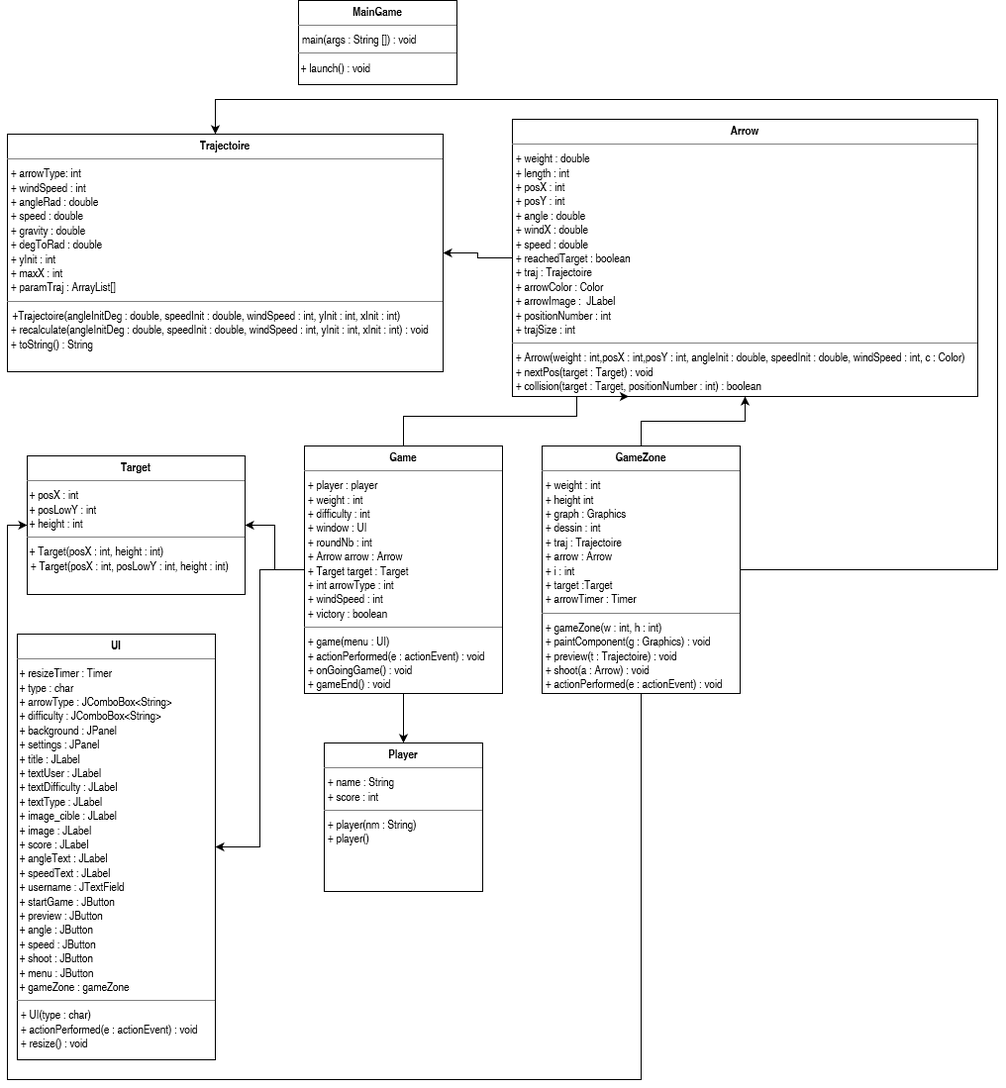
Above: UMLDiagram.png in vbard1/mini-projet-2 (draw.io), before the change. Source tidied: cells renumbered, new cells last; positions are measured from the earlier drawing's top-left corner, leaving out a move shared by most shapes.
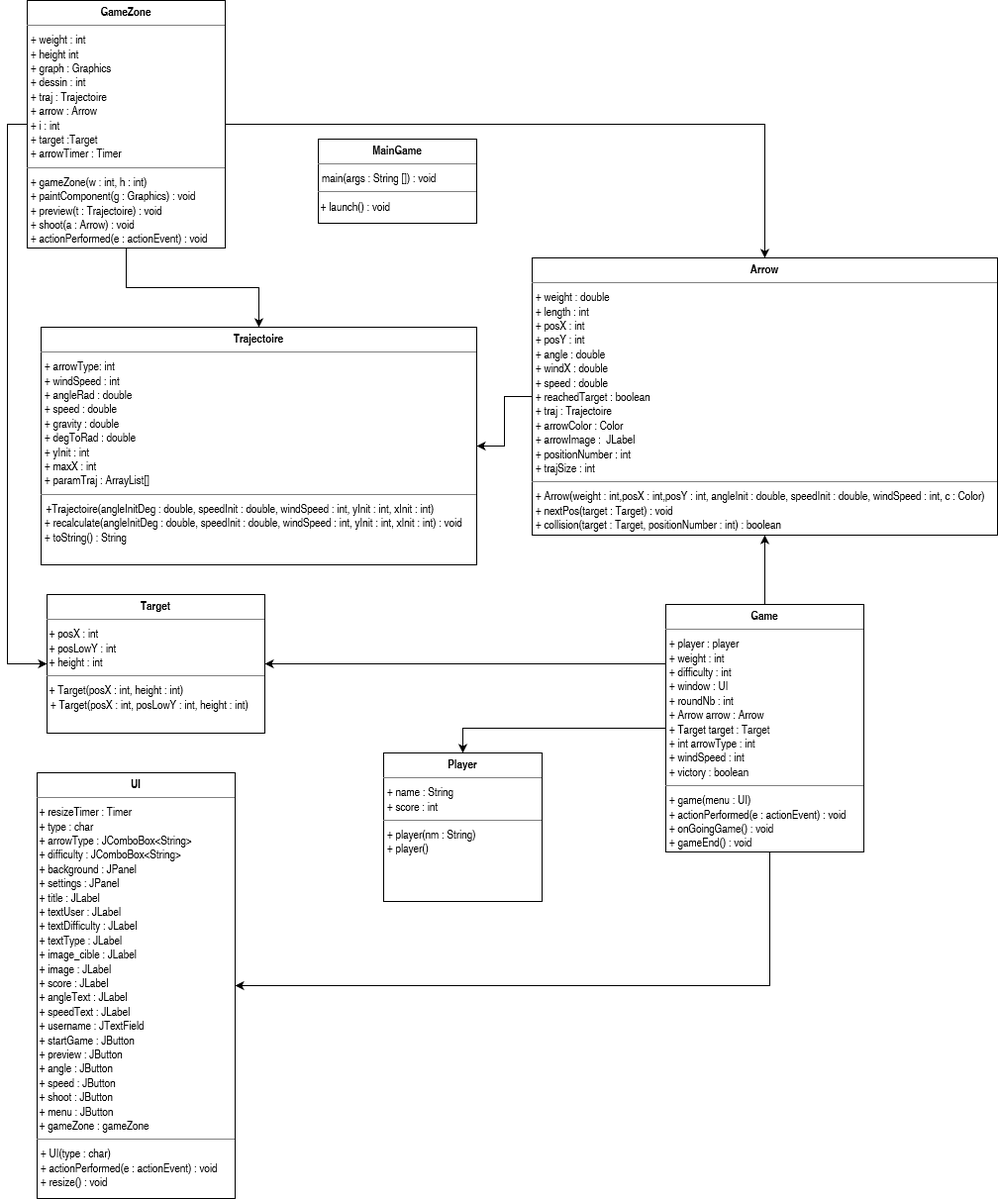
Above is the later version.

The edit, as a diff of the source:
```diff
@@ -17,7 +17,7 @@
       <mxGeometry x="10" y="640" width="200" height="430" as="geometry" />
     </mxCell>
     <mxCell id="6" value="&lt;p style=&quot;margin: 0px ; margin-top: 4px ; text-align: center&quot;&gt;&lt;b&gt;Player&lt;/b&gt;&lt;br&gt;&lt;/p&gt;&lt;hr size=&quot;1&quot;&gt;&lt;p style=&quot;margin: 0px ; margin-left: 4px&quot;&gt;+ name : String&lt;/p&gt;&lt;p style=&quot;margin: 0px ; margin-left: 4px&quot;&gt;+ score : int&lt;/p&gt;&lt;hr size=&quot;1&quot;&gt;&lt;p style=&quot;margin: 0px ; margin-left: 4px&quot;&gt;+ player(nm : String)&lt;/p&gt;&lt;p style=&quot;margin: 0px ; margin-left: 4px&quot;&gt;+ player()&lt;br&gt;&lt;/p&gt;" style="verticalAlign=top;align=left;overflow=fill;fontSize=12;fontFamily=Helvetica;html=1;" parent="1" vertex="1">
-      <mxGeometry x="320" y="750" width="160" height="150" as="geometry" />
+      <mxGeometry x="360" y="620" width="160" height="150" as="geometry" />
     </mxCell>
     <mxCell id="7" style="edgeStyle=orthogonalEdgeStyle;rounded=0;orthogonalLoop=1;jettySize=auto;html=1;exitX=0.5;exitY=1;exitDx=0;exitDy=0;" parent="1" edge="1">
       <mxGeometry relative="1" as="geometry">
@@ -28,7 +28,7 @@
       <mxGeometry x="20" y="460" width="220" height="140" as="geometry" />
     </mxCell>
     <mxCell id="9" value="&lt;p style=&quot;margin: 0px ; margin-top: 4px ; text-align: center&quot;&gt;&lt;b&gt;Trajectoire&lt;/b&gt;&lt;br&gt;&lt;/p&gt;&lt;hr size=&quot;1&quot;&gt;&lt;p style=&quot;margin: 0px ; margin-left: 4px&quot;&gt;+ arrowType: int&lt;br&gt;&lt;/p&gt;&lt;p style=&quot;margin: 0px ; margin-left: 4px&quot;&gt;+ windSpeed : int&lt;/p&gt;&lt;p style=&quot;margin: 0px ; margin-left: 4px&quot;&gt;+ angleRad : double&lt;/p&gt;&lt;p style=&quot;margin: 0px ; margin-left: 4px&quot;&gt;+ speed : double&lt;/p&gt;&lt;p style=&quot;margin: 0px ; margin-left: 4px&quot;&gt;+ gravity : double&lt;/p&gt;&lt;p style=&quot;margin: 0px ; margin-left: 4px&quot;&gt;+ degToRad : double&lt;br&gt;&lt;/p&gt;&lt;p style=&quot;margin: 0px ; margin-left: 4px&quot;&gt;+ yInit : int&lt;/p&gt;&lt;p style=&quot;margin: 0px ; margin-left: 4px&quot;&gt;+ maxX : int&lt;/p&gt;&lt;p style=&quot;margin: 0px ; margin-left: 4px&quot;&gt;+ paramTraj : ArrayList[] &lt;/p&gt;&lt;hr size=&quot;1&quot;&gt;&amp;nbsp; +Trajectoire(angleInitDeg : double, speedInit : double, windSpeed : int, yInit : int, xInit : int)&lt;br&gt;&lt;p style=&quot;margin: 0px ; margin-left: 4px&quot;&gt;+ recalculate(angleInitDeg : double, speedInit : double, windSpeed : int, yInit : int, xInit : int) : void&lt;br&gt;&lt;/p&gt;&lt;p style=&quot;margin: 0px ; margin-left: 4px&quot;&gt;+ toString() : String&lt;br&gt;&lt;/p&gt;" style="verticalAlign=top;align=left;overflow=fill;fontSize=12;fontFamily=Helvetica;html=1;" parent="1" vertex="1">
-      <mxGeometry y="135" width="440" height="240" as="geometry" />
+      <mxGeometry x="14" y="190" width="440" height="240" as="geometry" />
     </mxCell>
     <mxCell id="10" value="&lt;p style=&quot;margin: 0px ; margin-top: 4px ; text-align: center&quot;&gt;&lt;b&gt;MainGame&lt;/b&gt;&lt;/p&gt;&lt;hr size=&quot;1&quot;&gt;&lt;p style=&quot;margin: 0px ; margin-left: 4px&quot;&gt;main(args : String []) : void &lt;br&gt;&lt;/p&gt;&lt;hr size=&quot;1&quot;&gt;&amp;nbsp;+ launch() : void" style="verticalAlign=top;align=left;overflow=fill;fontSize=12;fontFamily=Helvetica;html=1;" parent="1" vertex="1">
       <mxGeometry x="294" width="160" height="85" as="geometry" />
@@ -37,46 +37,42 @@
       <mxGeometry relative="1" as="geometry" />
     </mxCell>
     <mxCell id="12" style="edgeStyle=orthogonalEdgeStyle;rounded=0;jettySize=auto;html=1;entryX=1;entryY=0.5;entryDx=0;entryDy=0;" parent="1" edge="1" source="15" target="8">
-      <mxGeometry relative="1" as="geometry" />
+      <mxGeometry relative="1" as="geometry">
+        <Array as="points">
+          <mxPoint x="540" y="530" />
+          <mxPoint x="540" y="530" />
+        </Array>
+      </mxGeometry>
     </mxCell>
+    <mxCell id="14" style="edgeStyle=orthogonalEdgeStyle;rounded=0;jettySize=auto;html=1;entryX=0.5;entryY=1;entryDx=0;entryDy=0;" parent="1" edge="1" source="15" target="4">
+      <mxGeometry relative="1" as="geometry" />
+    </mxCell>
     <mxCell id="13" style="edgeStyle=orthogonalEdgeStyle;rounded=0;jettySize=auto;html=1;entryX=1;entryY=0.5;entryDx=0;entryDy=0;" parent="1" edge="1" source="15" target="5">
-      <mxGeometry relative="1" as="geometry" />
+      <mxGeometry relative="1" as="geometry">
+        <Array as="points">
+          <mxPoint x="750" y="855" />
+        </Array>
+      </mxGeometry>
     </mxCell>
-    <mxCell id="14" style="edgeStyle=orthogonalEdgeStyle;rounded=0;jettySize=auto;html=1;entryX=0.25;entryY=1;entryDx=0;entryDy=0;" parent="1" edge="1" source="15" target="4">
-      <mxGeometry relative="1" as="geometry">
-        <Array as="points">
-          <mxPoint x="400" y="420" />
-          <mxPoint x="575" y="420" />
-        </Array>
-      </mxGeometry>
-    </mxCell>
     <mxCell id="15" value="&lt;p style=&quot;margin: 0px ; margin-top: 4px ; text-align: center&quot;&gt;&lt;b&gt;Game&lt;/b&gt;&lt;br&gt;&lt;/p&gt;&lt;hr size=&quot;1&quot;&gt;&lt;p style=&quot;margin: 0px ; margin-left: 4px&quot;&gt;+ player : player&lt;br&gt;+ weight : int&lt;br&gt;+ difficulty : int&lt;/p&gt;&lt;p style=&quot;margin: 0px ; margin-left: 4px&quot;&gt;+ window : UI &lt;br&gt;&lt;/p&gt;&lt;p style=&quot;margin: 0px ; margin-left: 4px&quot;&gt;+ roundNb : int&lt;br&gt;+ Arrow arrow : Arrow&lt;br&gt;+ Target target : Target&lt;br&gt;+ int arrowType : int&lt;br&gt;+ windSpeed : int&lt;/p&gt;&lt;p style=&quot;margin: 0px ; margin-left: 4px&quot;&gt;+ victory : boolean&lt;br&gt;&lt;/p&gt;&lt;hr size=&quot;1&quot;&gt;&lt;p style=&quot;margin: 0px ; margin-left: 4px&quot;&gt;+ game(menu : UI)&lt;br&gt;&lt;/p&gt;&lt;p style=&quot;margin: 0px ; margin-left: 4px&quot;&gt;+ actionPerformed(e : actionEvent) : void&lt;/p&gt;&lt;p style=&quot;margin: 0px ; margin-left: 4px&quot;&gt;+ onGoingGame() : void&lt;/p&gt;&lt;p style=&quot;margin: 0px ; margin-left: 4px&quot;&gt;+ gameEnd() : void&lt;br&gt;&lt;/p&gt;" style="verticalAlign=top;align=left;overflow=fill;fontSize=12;fontFamily=Helvetica;html=1;" parent="1" vertex="1">
-      <mxGeometry x="300" y="450" width="200" height="250" as="geometry" />
+      <mxGeometry x="645" y="470" width="200" height="250" as="geometry" />
     </mxCell>
-    <mxCell id="16" style="edgeStyle=orthogonalEdgeStyle;rounded=0;jettySize=auto;html=1;entryX=0.5;entryY=1;entryDx=0;entryDy=0;" parent="1" edge="1" source="19" target="4">
+    <mxCell id="16" style="edgeStyle=orthogonalEdgeStyle;rounded=0;jettySize=auto;html=1;entryX=0.5;entryY=0;entryDx=0;entryDy=0;" parent="1" edge="1" source="19" target="4">
       <mxGeometry relative="1" as="geometry" />
     </mxCell>
-    <mxCell id="17" style="edgeStyle=orthogonalEdgeStyle;rounded=0;jettySize=auto;html=1;" parent="1" edge="1" source="19">
-      <mxGeometry relative="1" as="geometry">
-        <mxPoint x="210" y="135" as="targetPoint" />
-        <Array as="points">
-          <mxPoint x="1000" y="575" />
-          <mxPoint x="1000" y="100" />
-          <mxPoint x="210" y="100" />
-        </Array>
-      </mxGeometry>
-    </mxCell>
     <mxCell id="18" style="edgeStyle=orthogonalEdgeStyle;rounded=0;jettySize=auto;html=1;entryX=0;entryY=0.5;entryDx=0;entryDy=0;" parent="1" edge="1" source="19" target="8">
       <mxGeometry relative="1" as="geometry">
         <Array as="points">
-          <mxPoint x="640" y="1090" />
-          <mxPoint y="1090" />
-          <mxPoint y="530" />
+          <mxPoint x="-20" y="-15" />
+          <mxPoint x="-20" y="530" />
         </Array>
       </mxGeometry>
     </mxCell>
+    <mxCell id="20" style="edgeStyle=orthogonalEdgeStyle;rounded=0;jettySize=auto;html=1;entryX=0.5;entryY=0;entryDx=0;entryDy=0;" parent="1" edge="1" source="19" target="9">
+      <mxGeometry relative="1" as="geometry" />
+    </mxCell>
     <mxCell id="19" value="&lt;p style=&quot;margin: 0px ; margin-top: 4px ; text-align: center&quot;&gt;&lt;b&gt;GameZone&lt;/b&gt;&lt;br&gt;&lt;/p&gt;&lt;hr size=&quot;1&quot;&gt;&lt;p style=&quot;margin: 0px ; margin-left: 4px&quot;&gt;+ weight : int&lt;/p&gt;&lt;p style=&quot;margin: 0px ; margin-left: 4px&quot;&gt;+ height int&lt;br&gt;+ graph : Graphics&lt;br&gt;+ dessin : int&lt;br&gt;+ traj : Trajectoire&lt;br&gt;+ arrow : Arrow&lt;br&gt;+ i : int&lt;br&gt;+ target :Target&lt;br&gt;+ arrowTimer : Timer&lt;br&gt;&lt;/p&gt;&lt;hr size=&quot;1&quot;&gt;&lt;p style=&quot;margin: 0px ; margin-left: 4px&quot;&gt;+ gameZone(w : int, h : int)&lt;br&gt;&lt;/p&gt;&lt;p style=&quot;margin: 0px ; margin-left: 4px&quot;&gt;+ paintComponent(g : Graphics) : void&lt;/p&gt;&lt;p style=&quot;margin: 0px ; margin-left: 4px&quot;&gt;+ preview(t : Trajectoire) : void&lt;/p&gt;&lt;p style=&quot;margin: 0px ; margin-left: 4px&quot;&gt;+ shoot(a : Arrow) : void&lt;/p&gt;&lt;p style=&quot;margin: 0px ; margin-left: 4px&quot;&gt;+ actionPerformed(e : actionEvent) : void&lt;/p&gt;&lt;p style=&quot;margin: 0px ; margin-left: 4px&quot;&gt;&lt;/p&gt;" style="verticalAlign=top;align=left;overflow=fill;fontSize=12;fontFamily=Helvetica;html=1;" parent="1" vertex="1">
-      <mxGeometry x="540" y="450" width="200" height="250" as="geometry" />
+      <mxGeometry y="-140" width="200" height="250" as="geometry" />
     </mxCell>
   </root>
 </mxGraphModel>
```
